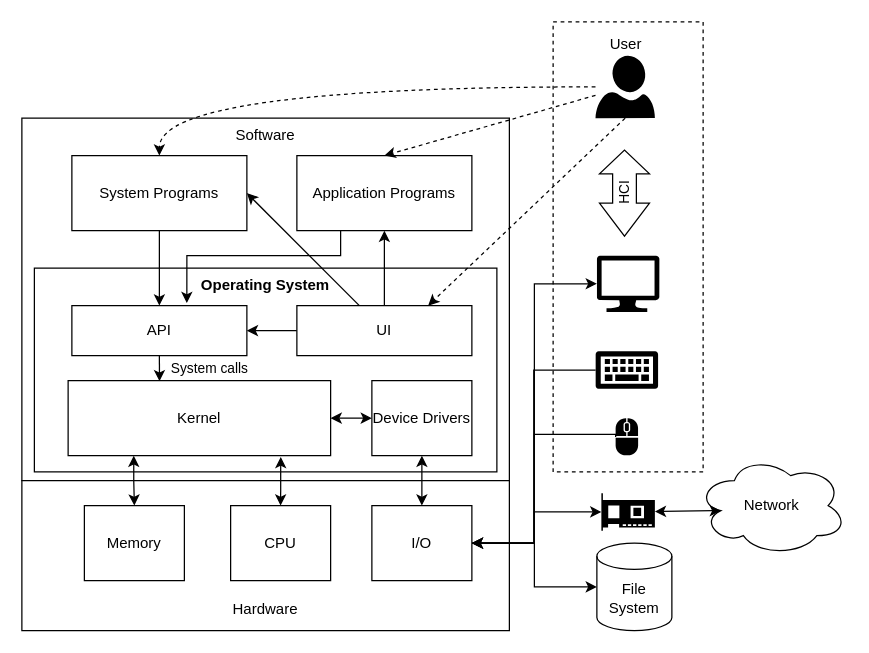
Before: page "OS" (2 of 3) of diagrams/compute.drawio in yoadg/yoadg.github.io, a draw.io diagram. Source tidied: cells renumbered, new cells numbered last; positions are measured from the earlier drawing's top-left corner, leaving out a move shared by most shapes. Both pictures are drawn from the tidied source at 125%, with x=0, y=0 at pixel (21, 21).
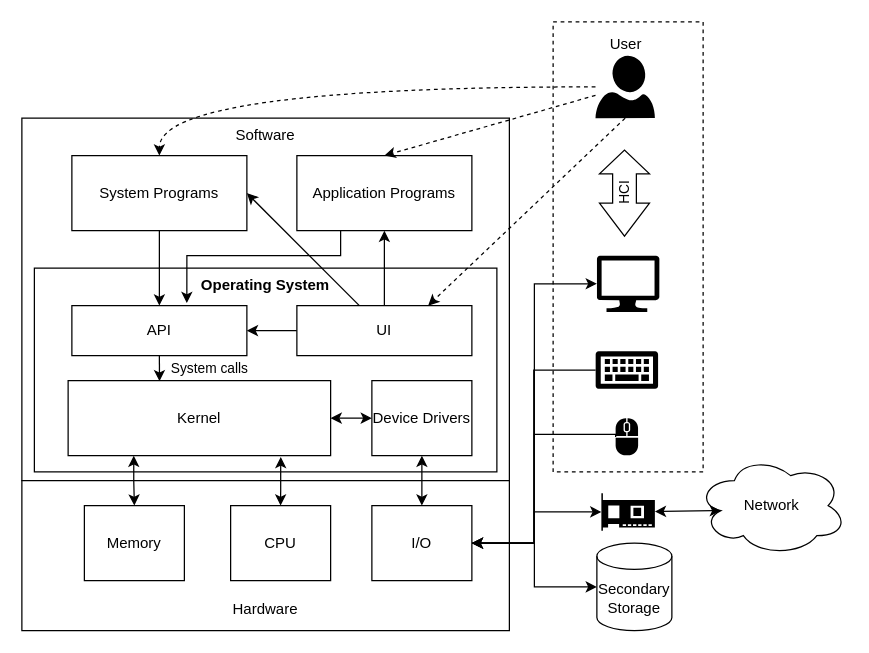
The same page after the edit.

Change to the diagram source:
```diff
@@
-    <mxCell id="30" value="File System" style="shape=cylinder3;whiteSpace=wrap;html=1;boundedLbl=1;backgroundOutline=1;size=10.5;fillColor=#FFFFFF;" parent="1" vertex="1">
+    <mxCell id="30" value="Secondary Storage" style="shape=cylinder3;whiteSpace=wrap;html=1;boundedLbl=1;backgroundOutline=1;size=10.5;fillColor=#FFFFFF;" parent="1" vertex="1">
       <mxGeometry x="460" y="417" width="60" height="70" as="geometry" />
     </mxCell>
```
